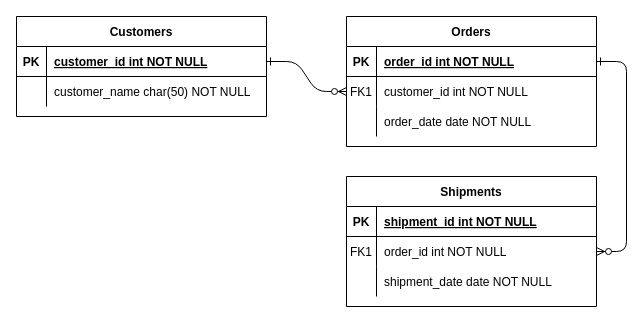
Earlier version of the draw.io diagram Untitled Diagram.drawio (codehemanth/FusionTables). Source tidied: cells renumbered, new cells numbered last; positions are measured from the earlier drawing's top-left corner, leaving out a move shared by most shapes. Both pictures are drawn from the tidied source at 100%, with x=0, y=0 at pixel (16, 16).
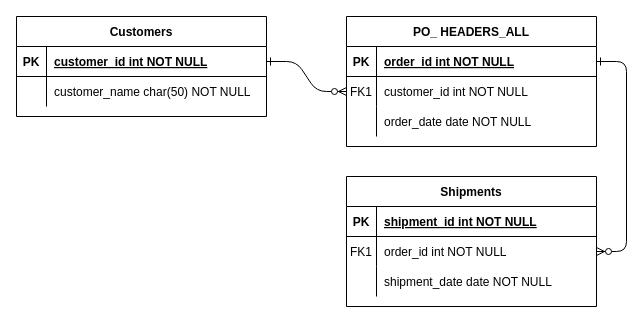
Above is the later version.

Commit message:
only po_headers_all table name but no columns

Change to the diagram source:
```diff
@@
-    <mxCell id="4" value="Orders" style="shape=table;startSize=30;childLayout=tableLayout;rowLines=0;fontStyle=1;align=center;" parent="1" vertex="1">
+    <mxCell id="4" value="PO_ HEADERS_ALL" style="shape=table;startSize=30;childLayout=tableLayout;rowLines=0;fontStyle=1;align=center;" parent="1" vertex="1">
       <mxGeometry x="330" width="250" height="130" as="geometry" />
     </mxCell>
```
